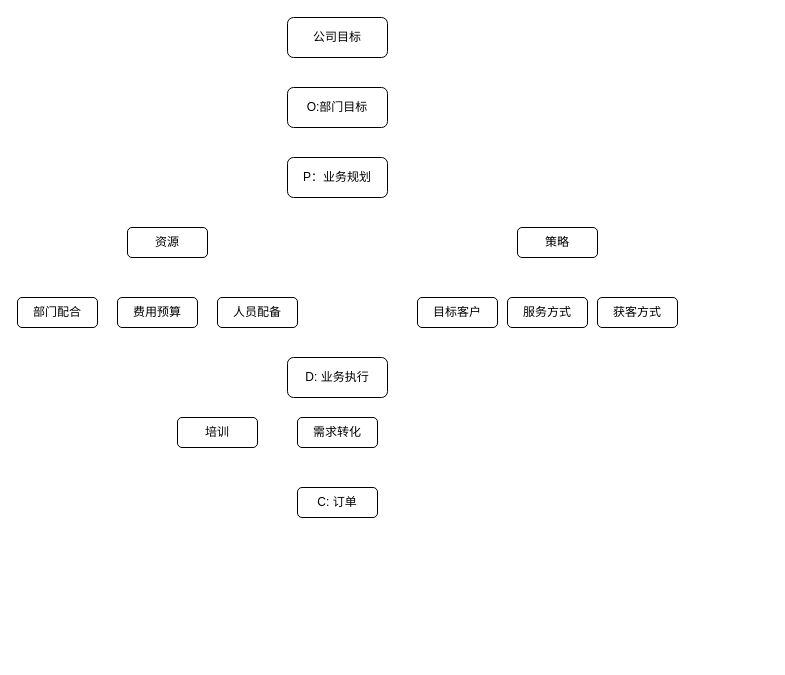
Above: build/未命名绘图.drawio in manson-yu/desktop-app (draw.io), before the change. Source tidied: cells renumbered, new cells numbered last; positions are measured from the earlier drawing's top-left corner, leaving out a move shared by most shapes. Both pictures are drawn from the tidied source at 100%, with x=0, y=0 at pixel (17, 17).
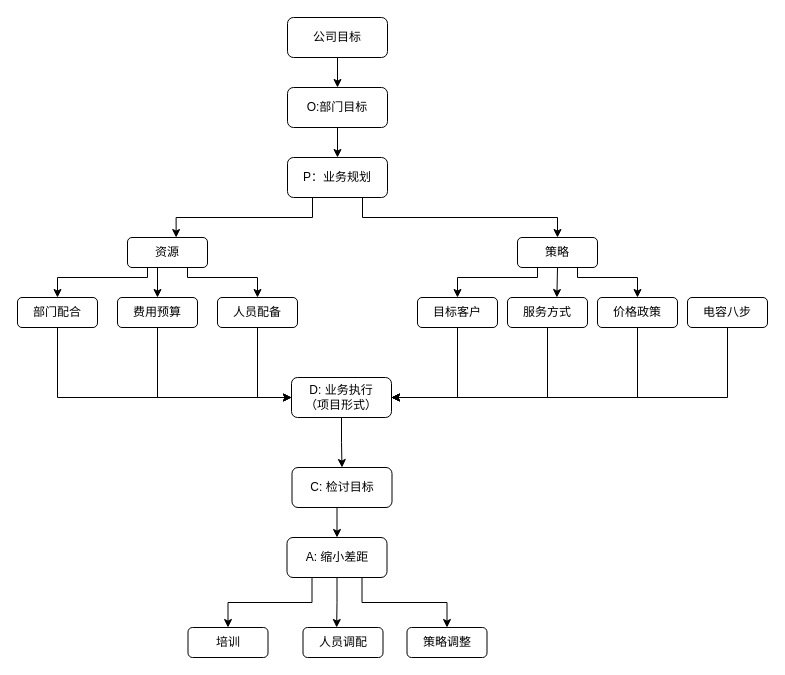
After the change.

Commit message (it also covers changes not shown here):
更新未命名绘图.drawio

The change refers to these unchanged cells:
```xml
<mxCell id="2" value="公司目标" style="rounded=1;whiteSpace=wrap;html=1;" parent="1" vertex="1">
  <mxGeometry x="270" width="100" height="40" as="geometry" />
</mxCell>
<mxCell id="3" value="O:部门目标" style="rounded=1;whiteSpace=wrap;html=1;" parent="1" vertex="1">
  <mxGeometry x="270" y="70" width="100" height="40" as="geometry" />
</mxCell>
<mxCell id="4" value="P：业务规划" style="rounded=1;whiteSpace=wrap;html=1;" parent="1" vertex="1">
  <mxGeometry x="270" y="140" width="100" height="40" as="geometry" />
</mxCell>
<mxCell id="7" value="费用预算" style="rounded=1;whiteSpace=wrap;html=1;" parent="1" vertex="1">
  <mxGeometry x="100" y="280" width="80" height="30" as="geometry" />
</mxCell>
<mxCell id="8" value="部门配合" style="rounded=1;whiteSpace=wrap;html=1;" parent="1" vertex="1">
  <mxGeometry y="280" width="80" height="30" as="geometry" />
</mxCell>
<mxCell id="9" value="目标客户" style="rounded=1;whiteSpace=wrap;html=1;" parent="1" vertex="1">
  <mxGeometry x="400" y="280" width="80" height="30" as="geometry" />
</mxCell>
<mxCell id="10" value="服务方式" style="rounded=1;whiteSpace=wrap;html=1;" parent="1" vertex="1">
  <mxGeometry x="490" y="280" width="80" height="30" as="geometry" />
</mxCell>
<mxCell id="14" value="人员配备" style="rounded=1;whiteSpace=wrap;html=1;" parent="1" vertex="1">
  <mxGeometry x="200" y="280" width="80" height="30" as="geometry" />
</mxCell>
```

Diff of the diagram source:
```diff
@@
+    <mxCell id="17" style="edgeStyle=orthogonalEdgeStyle;rounded=0;jettySize=auto;html=1;exitX=0.5;exitY=1;exitDx=0;exitDy=0;" parent="1" edge="1" source="2" target="3">
+      <mxGeometry relative="1" as="geometry" />
+    </mxCell>
@@
+    <mxCell id="18" style="edgeStyle=orthogonalEdgeStyle;rounded=0;jettySize=auto;html=1;exitX=0.5;exitY=1;exitDx=0;exitDy=0;entryX=0.5;entryY=0;entryDx=0;entryDy=0;" parent="1" edge="1" source="3" target="4">
+      <mxGeometry relative="1" as="geometry" />
+    </mxCell>
@@
+    <mxCell id="19" style="edgeStyle=orthogonalEdgeStyle;rounded=0;jettySize=auto;html=1;exitX=0.75;exitY=1;exitDx=0;exitDy=0;entryX=0.5;entryY=0;entryDx=0;entryDy=0;" parent="1" edge="1" source="4" target="6">
+      <mxGeometry relative="1" as="geometry">
+        <Array as="points">
+          <mxPoint x="345" y="200" />
+          <mxPoint x="540" y="200" />
+        </Array>
+      </mxGeometry>
+    </mxCell>
@@
+    <mxCell id="20" style="edgeStyle=orthogonalEdgeStyle;rounded=0;jettySize=auto;html=1;exitX=0.25;exitY=1;exitDx=0;exitDy=0;" parent="1" edge="1" source="5" target="8">
+      <mxGeometry relative="1" as="geometry">
+        <Array as="points">
+          <mxPoint x="130" y="260" />
+          <mxPoint x="40" y="260" />
+        </Array>
+      </mxGeometry>
+    </mxCell>
+    <mxCell id="21" style="edgeStyle=orthogonalEdgeStyle;rounded=0;jettySize=auto;html=1;exitX=0.5;exitY=1;exitDx=0;exitDy=0;entryX=0.5;entryY=0;entryDx=0;entryDy=0;" parent="1" edge="1" source="5" target="7">
+      <mxGeometry relative="1" as="geometry" />
+    </mxCell>
+    <mxCell id="22" style="edgeStyle=orthogonalEdgeStyle;rounded=0;jettySize=auto;html=1;exitX=0.75;exitY=1;exitDx=0;exitDy=0;entryX=0.5;entryY=0;entryDx=0;entryDy=0;" parent="1" edge="1" source="5" target="14">
+      <mxGeometry relative="1" as="geometry">
+        <Array as="points">
+          <mxPoint x="170" y="260" />
+          <mxPoint x="240" y="260" />
+        </Array>
+      </mxGeometry>
+    </mxCell>
     <mxCell id="5" value="资源" style="rounded=1;whiteSpace=wrap;html=1;" parent="1" vertex="1">
-      <mxGeometry x="110" y="210" width="80" height="30" as="geometry" />
+      <mxGeometry x="110" y="220" width="80" height="30" as="geometry" />
     </mxCell>
+    <mxCell id="23" style="edgeStyle=orthogonalEdgeStyle;rounded=0;jettySize=auto;html=1;exitX=0.25;exitY=1;exitDx=0;exitDy=0;entryX=0.5;entryY=0;entryDx=0;entryDy=0;" parent="1" edge="1" source="6" target="9">
+      <mxGeometry relative="1" as="geometry">
+        <Array as="points">
+          <mxPoint x="520" y="260" />
+          <mxPoint x="440" y="260" />
+        </Array>
+      </mxGeometry>
+    </mxCell>
+    <mxCell id="24" style="edgeStyle=orthogonalEdgeStyle;rounded=0;jettySize=auto;html=1;exitX=0.75;exitY=1;exitDx=0;exitDy=0;entryX=0.5;entryY=0;entryDx=0;entryDy=0;" parent="1" edge="1" source="6" target="11">
+      <mxGeometry relative="1" as="geometry">
+        <Array as="points">
+          <mxPoint x="560" y="260" />
+          <mxPoint x="620" y="260" />
+        </Array>
+      </mxGeometry>
+    </mxCell>
     <mxCell id="6" value="策略" style="rounded=1;whiteSpace=wrap;html=1;" parent="1" vertex="1">
-      <mxGeometry x="500" y="210" width="80" height="30" as="geometry" />
+      <mxGeometry x="500" y="220" width="80" height="30" as="geometry" />
     </mxCell>
+    <mxCell id="25" style="edgeStyle=orthogonalEdgeStyle;rounded=0;jettySize=auto;html=1;exitX=0.5;exitY=1;exitDx=0;exitDy=0;entryX=0;entryY=0.5;entryDx=0;entryDy=0;" parent="1" edge="1" source="7" target="16">
+      <mxGeometry relative="1" as="geometry" />
+    </mxCell>
@@
+    <mxCell id="26" style="edgeStyle=orthogonalEdgeStyle;rounded=0;jettySize=auto;html=1;exitX=0.5;exitY=1;exitDx=0;exitDy=0;entryX=0;entryY=0.5;entryDx=0;entryDy=0;" parent="1" edge="1" source="8" target="16">
+      <mxGeometry relative="1" as="geometry" />
+    </mxCell>
@@
+    <mxCell id="27" style="edgeStyle=orthogonalEdgeStyle;rounded=0;jettySize=auto;html=1;exitX=0.5;exitY=1;exitDx=0;exitDy=0;entryX=1;entryY=0.5;entryDx=0;entryDy=0;" parent="1" edge="1" source="9" target="16">
+      <mxGeometry relative="1" as="geometry" />
+    </mxCell>
@@
+    <mxCell id="28" style="edgeStyle=orthogonalEdgeStyle;rounded=0;jettySize=auto;html=1;exitX=0.5;exitY=1;exitDx=0;exitDy=0;entryX=1;entryY=0.5;entryDx=0;entryDy=0;" parent="1" edge="1" source="10" target="16">
+      <mxGeometry relative="1" as="geometry" />
+    </mxCell>
@@
+    <mxCell id="29" style="edgeStyle=orthogonalEdgeStyle;rounded=0;jettySize=auto;html=1;exitX=0.5;exitY=1;exitDx=0;exitDy=0;entryX=1;entryY=0.5;entryDx=0;entryDy=0;" parent="1" edge="1" source="11" target="16">
+      <mxGeometry relative="1" as="geometry" />
+    </mxCell>
-    <mxCell id="11" value="获客方式" style="rounded=1;whiteSpace=wrap;html=1;" parent="1" vertex="1">
+    <mxCell id="11" value="价格政策" style="rounded=1;whiteSpace=wrap;html=1;" parent="1" vertex="1">
       <mxGeometry x="580" y="280" width="80" height="30" as="geometry" />
     </mxCell>
-    <mxCell id="12" value="需求转化" style="rounded=1;whiteSpace=wrap;html=1;" parent="1" vertex="1">
-      <mxGeometry x="280" y="400" width="80" height="30" as="geometry" />
-    </mxCell>
+    <mxCell id="30" style="edgeStyle=orthogonalEdgeStyle;rounded=0;jettySize=auto;html=1;exitX=0.5;exitY=1;exitDx=0;exitDy=0;entryX=0.5;entryY=0;entryDx=0;entryDy=0;" parent="1" edge="1" source="13" target="35">
+      <mxGeometry relative="1" as="geometry" />
+    </mxCell>
-    <mxCell id="13" value="C: 订单" style="rounded=1;whiteSpace=wrap;html=1;" parent="1" vertex="1">
-      <mxGeometry x="280" y="470" width="80" height="30" as="geometry" />
+    <mxCell id="13" value="C: 检讨目标" style="rounded=1;whiteSpace=wrap;html=1;" parent="1" vertex="1">
+      <mxGeometry x="274.5" y="450" width="100" height="40" as="geometry" />
     </mxCell>
+    <mxCell id="31" style="edgeStyle=orthogonalEdgeStyle;rounded=0;jettySize=auto;html=1;exitX=0.5;exitY=1;exitDx=0;exitDy=0;entryX=0;entryY=0.5;entryDx=0;entryDy=0;" parent="1" edge="1" source="14" target="16">
+      <mxGeometry relative="1" as="geometry" />
+    </mxCell>
@@
     <mxCell id="15" value="培训" style="rounded=1;whiteSpace=wrap;html=1;" parent="1" vertex="1">
-      <mxGeometry x="160" y="400" width="80" height="30" as="geometry" />
+      <mxGeometry x="170.5" y="610" width="80" height="30" as="geometry" />
     </mxCell>
+    <mxCell id="32" style="edgeStyle=orthogonalEdgeStyle;rounded=0;jettySize=auto;html=1;exitX=0.5;exitY=1;exitDx=0;exitDy=0;entryX=0.5;entryY=0;entryDx=0;entryDy=0;" parent="1" edge="1" source="16" target="13">
+      <mxGeometry relative="1" as="geometry" />
+    </mxCell>
-    <mxCell id="16" value="D: 业务执行" style="rounded=1;whiteSpace=wrap;html=1;" parent="1" vertex="1">
-      <mxGeometry x="270" y="340" width="100" height="40" as="geometry" />
+    <mxCell id="16" value="D: 业务执行&lt;div&gt;（项目形式）&lt;/div&gt;" style="rounded=1;whiteSpace=wrap;html=1;" parent="1" vertex="1">
+      <mxGeometry x="274" y="360" width="100" height="40" as="geometry" />
     </mxCell>
+    <mxCell id="33" style="edgeStyle=orthogonalEdgeStyle;rounded=0;jettySize=auto;html=1;exitX=0.75;exitY=1;exitDx=0;exitDy=0;entryX=0.5;entryY=0;entryDx=0;entryDy=0;" parent="1" edge="1" source="35" target="39">
+      <mxGeometry relative="1" as="geometry" />
+    </mxCell>
+    <mxCell id="34" style="edgeStyle=orthogonalEdgeStyle;rounded=0;jettySize=auto;html=1;exitX=0.25;exitY=1;exitDx=0;exitDy=0;" parent="1" edge="1" source="35" target="15">
+      <mxGeometry relative="1" as="geometry" />
+    </mxCell>
+    <mxCell id="35" value="A: 缩小差距" style="rounded=1;whiteSpace=wrap;html=1;" parent="1" vertex="1">
+      <mxGeometry x="269.5" y="520" width="100" height="40" as="geometry" />
+    </mxCell>
+    <mxCell id="36" style="edgeStyle=orthogonalEdgeStyle;rounded=0;jettySize=auto;html=1;exitX=0.5;exitY=1;exitDx=0;exitDy=0;entryX=1;entryY=0.5;entryDx=0;entryDy=0;" parent="1" edge="1" source="37" target="16">
+      <mxGeometry relative="1" as="geometry" />
+    </mxCell>
+    <mxCell id="37" value="电容八步" style="rounded=1;whiteSpace=wrap;html=1;" parent="1" vertex="1">
+      <mxGeometry x="670" y="280" width="80" height="30" as="geometry" />
+    </mxCell>
+    <mxCell id="38" value="人员调配" style="rounded=1;whiteSpace=wrap;html=1;" parent="1" vertex="1">
+      <mxGeometry x="285.5" y="610" width="80" height="30" as="geometry" />
+    </mxCell>
+    <mxCell id="39" value="策略调整" style="rounded=1;whiteSpace=wrap;html=1;" parent="1" vertex="1">
+      <mxGeometry x="389.5" y="610" width="80" height="30" as="geometry" />
+    </mxCell>
+    <mxCell id="40" style="edgeStyle=orthogonalEdgeStyle;rounded=0;jettySize=auto;html=1;exitX=0.25;exitY=1;exitDx=0;exitDy=0;entryX=0.608;entryY=0;entryDx=0;entryDy=0;entryPerimeter=0;" parent="1" edge="1" source="4" target="5">
+      <mxGeometry relative="1" as="geometry">
+        <Array as="points">
+          <mxPoint x="295" y="200" />
+          <mxPoint x="159" y="200" />
+        </Array>
+      </mxGeometry>
+    </mxCell>
+    <mxCell id="41" style="edgeStyle=orthogonalEdgeStyle;rounded=0;jettySize=auto;html=1;exitX=0.5;exitY=1;exitDx=0;exitDy=0;entryX=0.617;entryY=0;entryDx=0;entryDy=0;entryPerimeter=0;" parent="1" edge="1" source="6" target="10">
+      <mxGeometry relative="1" as="geometry" />
+    </mxCell>
+    <mxCell id="42" style="edgeStyle=orthogonalEdgeStyle;rounded=0;jettySize=auto;html=1;exitX=0.5;exitY=1;exitDx=0;exitDy=0;entryX=0.421;entryY=0;entryDx=0;entryDy=0;entryPerimeter=0;" parent="1" edge="1" source="35" target="38">
+      <mxGeometry relative="1" as="geometry" />
+    </mxCell>
```
